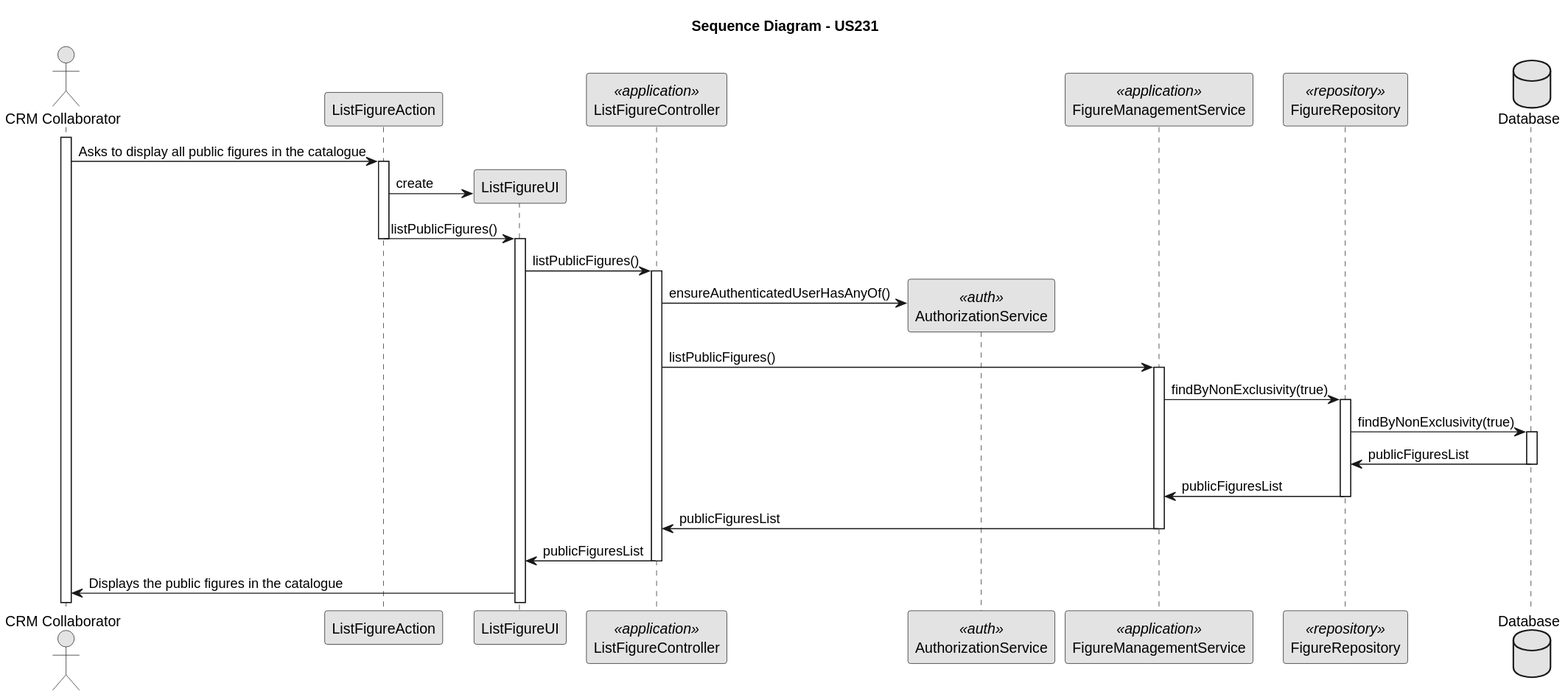
Earlier version of the PlantUML export docs/Sprint2/us_231/images/sequence-diagram-US231.svg (rubenFreitas1/ISEP-LAPR4-2024-2025).
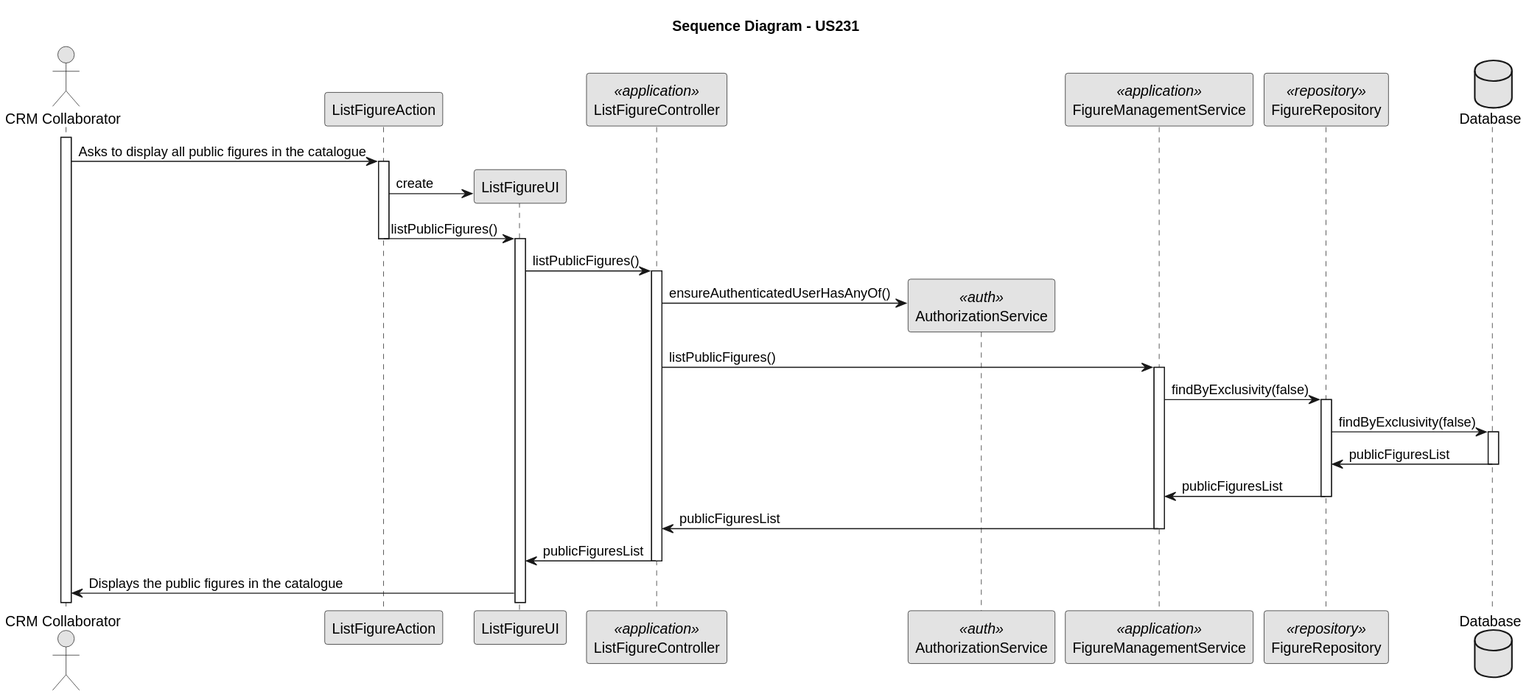
The same diagram one commit later.

Commit message:
made a small change in US231 sequence diagram #91, and also renamed a method in the figure class

What changed in the source:
```diff
@@ -32,10 +32,10 @@
                     CTRL -> FigureManagementService : listPublicFigures()
                     activate FigureManagementService
 
-                        FigureManagementService -> FigureRepository : findByNonExclusivity(true)
+                        FigureManagementService -> FigureRepository : findByExclusivity(false)
                         activate FigureRepository
 
-                            FigureRepository -> Database : findByNonExclusivity(true)
+                            FigureRepository -> Database : findByExclusivity(false)
                             activate Database
 
                                 Database -> FigureRepository : publicFiguresList
```
